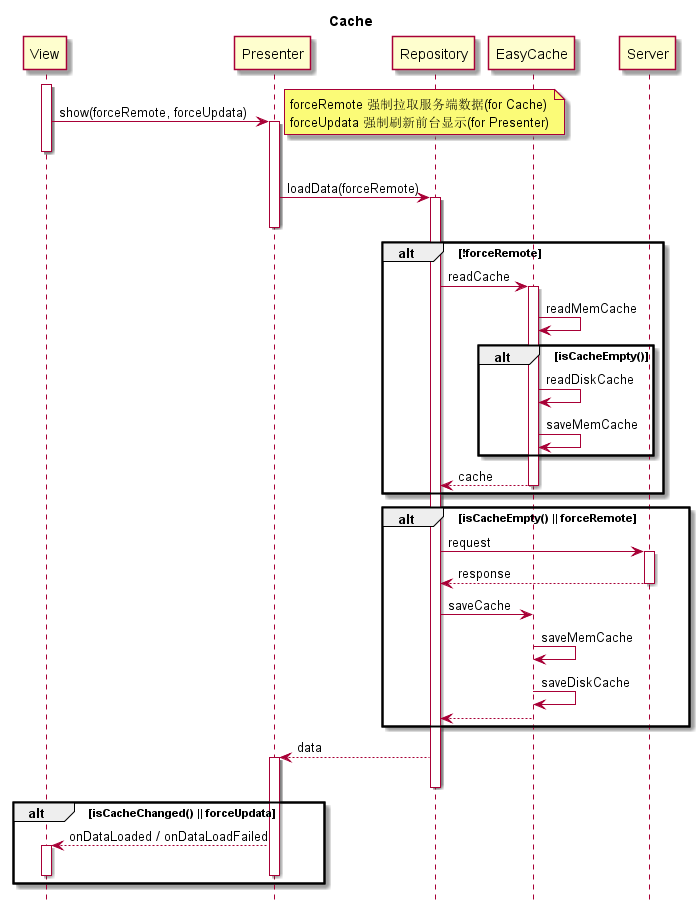
Above: README.png in pacificist-hp/HelloAndroid (PlantUML), before the change.
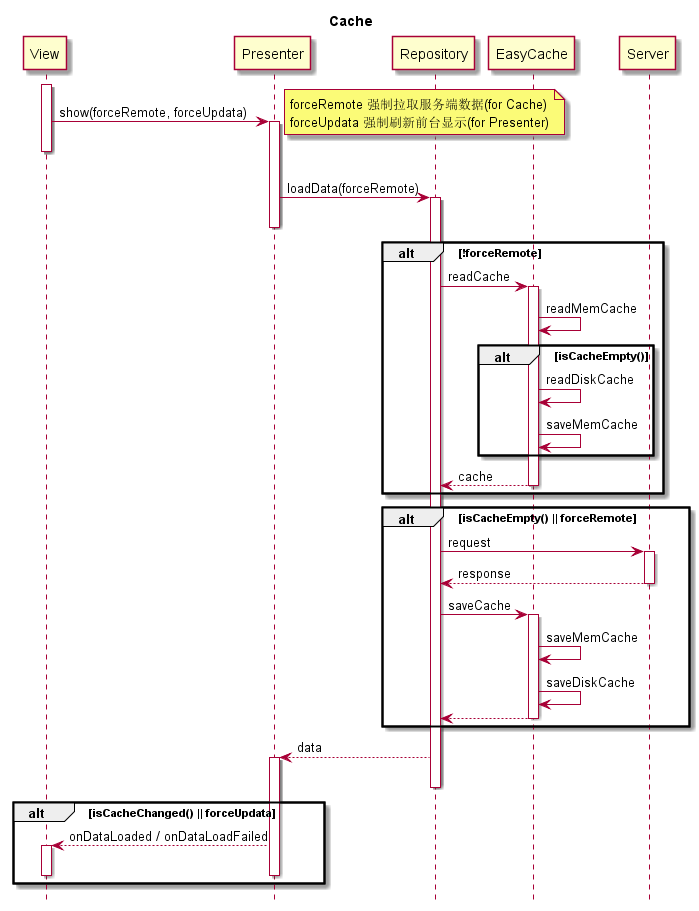
The same file after the commit.

The edit, as a diff of the source:
```diff
@@ -46,6 +46,7 @@
 deactivate Server
 
 Repository -> Cache: saveCache
+activate Cache
 Cache -> Cache: saveMemCache
 Cache -> Cache: saveDiskCache
 Cache --> Repository
```
